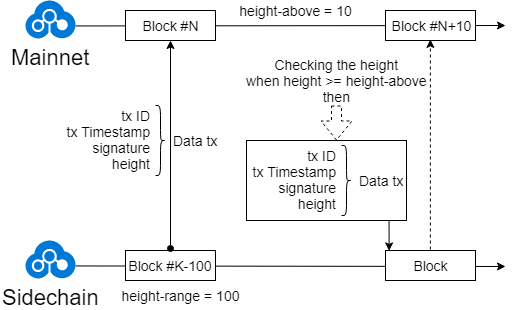
Earlier version of the draw.io export how-the-platform-works/img/anchoring-scheme.png (mtfj/we-docs-ru). Source tidied: cells renumbered, new cells last; positions are measured from the earlier drawing's top-left corner, leaving out a move shared by most shapes.
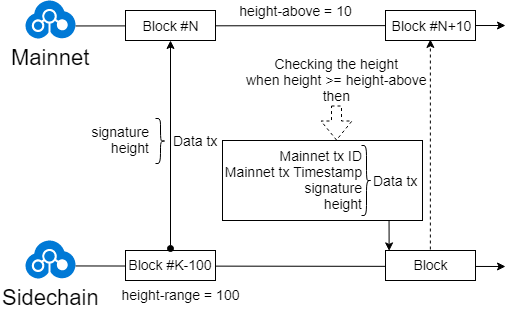
After the change.

Commit message:
fixing the anchoring descr

Change to the diagram source:
```diff
@@ -38,11 +38,11 @@
     <mxCell id="11" value="Data tx" style="text;html=1;align=center;verticalAlign=top;spacingTop=-4;fontSize=14;" parent="1" vertex="1">
       <mxGeometry x="150" y="130" width="90" height="30" as="geometry" />
     </mxCell>
-    <mxCell id="12" value="tx ID&lt;br&gt;tx Timestamp&lt;br&gt;signature&lt;br&gt;height" style="text;html=1;strokeColor=none;fillColor=none;align=right;verticalAlign=middle;whiteSpace=wrap;rounded=0;fontSize=14;" parent="1" vertex="1">
+    <mxCell id="12" value="signature&lt;br&gt;height" style="text;html=1;strokeColor=none;fillColor=none;align=right;verticalAlign=middle;whiteSpace=wrap;rounded=0;fontSize=14;" parent="1" vertex="1">
       <mxGeometry y="105" width="150" height="70" as="geometry" />
     </mxCell>
     <mxCell id="13" style="shape=curlyBracket;whiteSpace=wrap;html=1;rounded=1;fontSize=14;align=center;rotation=180;" parent="1" vertex="1">
-      <mxGeometry x="155" y="105" width="10" height="70" as="geometry" />
+      <mxGeometry x="155" y="118" width="10" height="45" as="geometry" />
     </mxCell>
     <mxCell id="14" value="height-above = 10" style="text;html=1;strokeColor=none;fillColor=none;align=center;verticalAlign=middle;whiteSpace=wrap;rounded=0;fontSize=14;" parent="1" vertex="1">
       <mxGeometry x="235" width="120" height="20" as="geometry" />
@@ -62,16 +62,16 @@
       <mxGeometry x="112" y="285" width="135" height="20" as="geometry" />
     </mxCell>
     <mxCell id="18" value="Data tx" style="text;html=1;align=center;verticalAlign=top;spacingTop=-4;fontSize=14;" parent="1" vertex="1">
-      <mxGeometry x="336" y="170" width="90" height="30" as="geometry" />
+      <mxGeometry x="350" y="170" width="90" height="30" as="geometry" />
     </mxCell>
-    <mxCell id="19" value="tx ID&lt;br&gt;tx Timestamp&lt;br&gt;signature&lt;br&gt;height" style="text;html=1;strokeColor=none;fillColor=none;align=right;verticalAlign=middle;whiteSpace=wrap;rounded=0;fontSize=14;" parent="1" vertex="1">
-      <mxGeometry x="186" y="145" width="150" height="70" as="geometry" />
+    <mxCell id="19" value="Mainnet tx ID&lt;br&gt;Mainnet tx Timestamp&lt;br&gt;signature&lt;br&gt;height" style="text;html=1;strokeColor=none;fillColor=none;align=right;verticalAlign=middle;whiteSpace=wrap;rounded=0;fontSize=14;" parent="1" vertex="1">
+      <mxGeometry x="214" y="145" width="150" height="70" as="geometry" />
     </mxCell>
     <mxCell id="20" style="shape=curlyBracket;whiteSpace=wrap;html=1;rounded=1;fontSize=14;align=center;rotation=180;" parent="1" vertex="1">
-      <mxGeometry x="341" y="145" width="10" height="70" as="geometry" />
+      <mxGeometry x="361" y="145" width="10" height="70" as="geometry" />
     </mxCell>
     <mxCell id="21" style="rounded=0;whiteSpace=wrap;html=1;fontSize=14;align=center;fillColor=none;" parent="1" vertex="1">
-      <mxGeometry x="246" y="140" width="160" height="80" as="geometry" />
+      <mxGeometry x="222" y="140" width="200" height="80" as="geometry" />
     </mxCell>
     <mxCell id="22" style="endArrow=classic;html=1;fontSize=14;exitX=0.116;exitY=1;exitDx=0;exitDy=0;exitPerimeter=0;entryX=0.807;entryY=0.013;entryDx=0;entryDy=0;entryPerimeter=0;" parent="1" edge="1">
       <mxGeometry relative="1" as="geometry">
```
